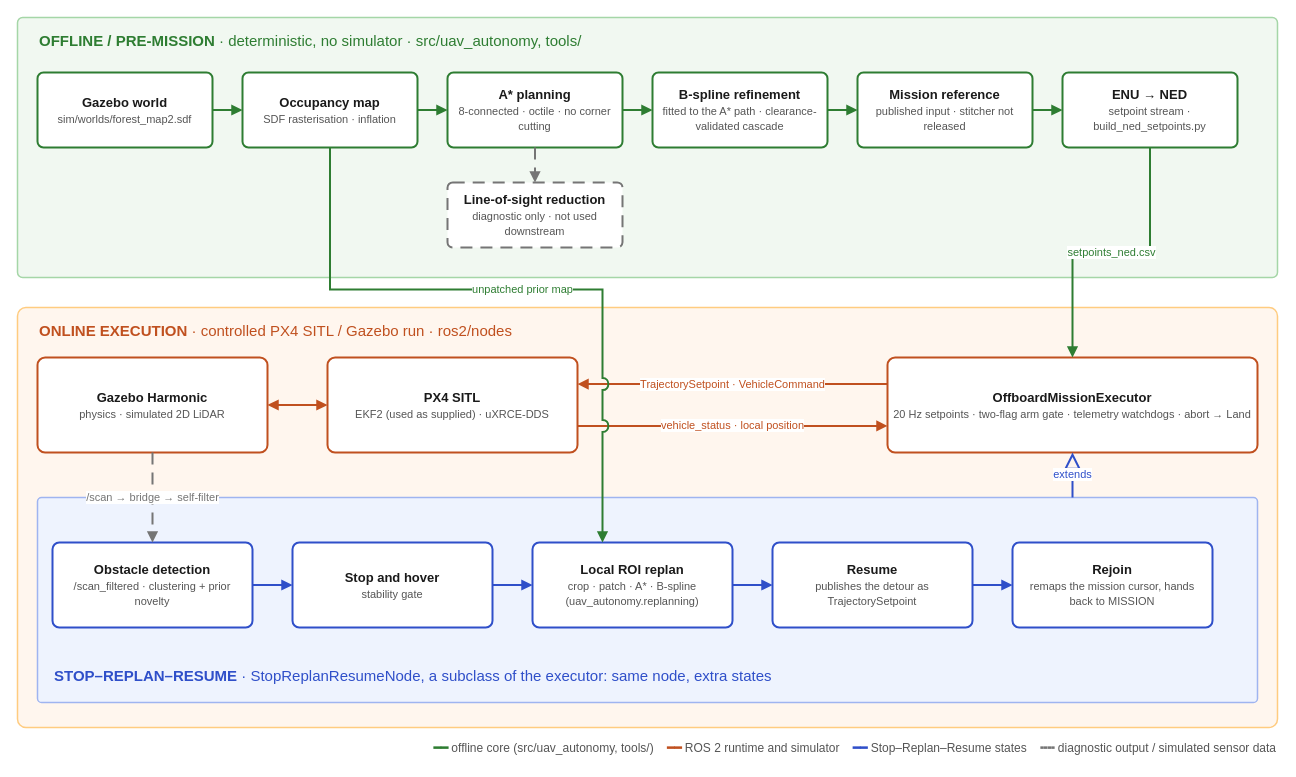
Before: docs/figures/architecture.drawio in ahmxtt/ros2-px4-uav-autonomy, a draw.io diagram. Source tidied: cells renumbered, new cells numbered last; positions are measured from the earlier drawing's top-left corner, leaving out a move shared by most shapes. Both pictures are drawn from the tidied source at 100%, with x=0, y=0 at pixel (17, 17).
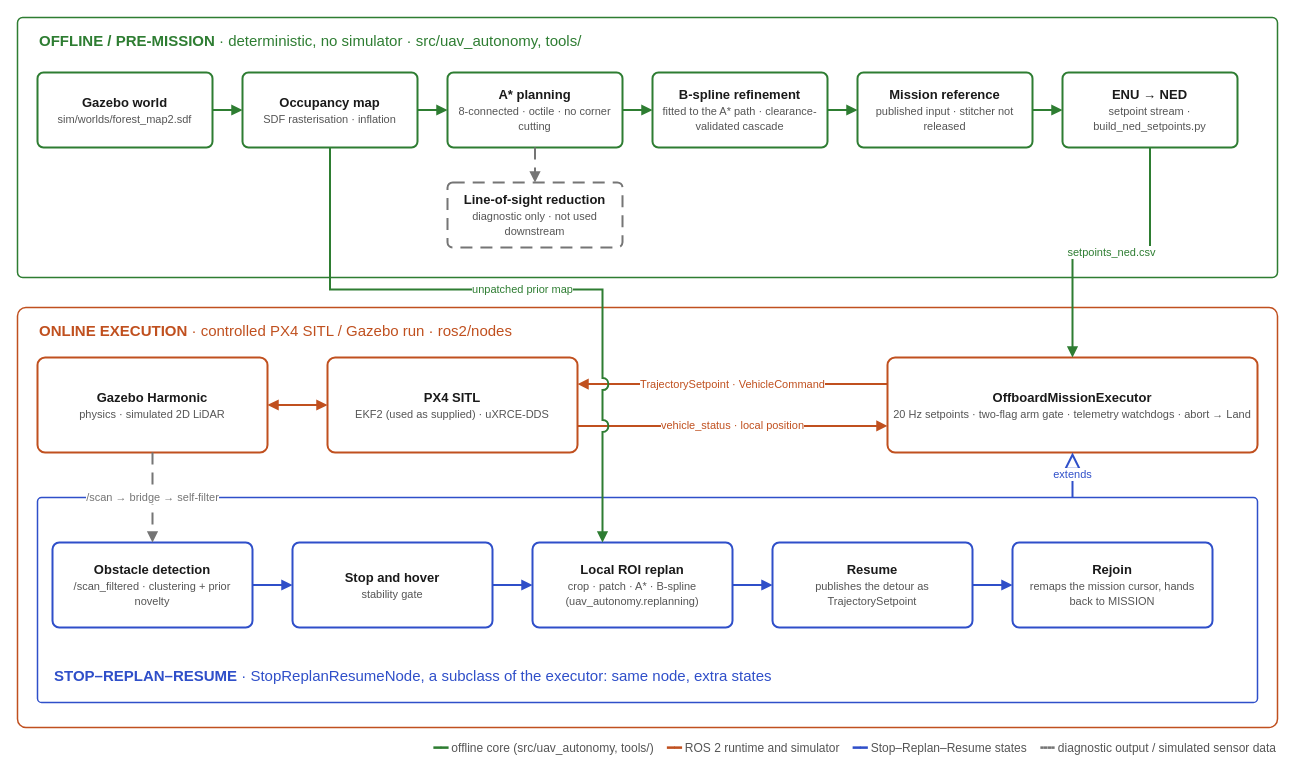
Above is the later version.

Commit message (it also covers changes not shown here):
docs(figures): white section backgrounds with coloured borders in the architecture figure

The three sections (offline, online, Stop-Replan-Resume) were filled with pale green, cream and blue tints, which read as off-white. They are now white with a thin border in the section colour. Layout and content are unchanged.

Diff of the diagram source:
```diff
@@
-    <mxCell id="2" style="rounded=1;arcSize=2;html=1;fillColor=#F1F8F1;strokeColor=#A5D6A7;strokeWidth=1.5;" parent="1" vertex="1">
+    <mxCell id="2" style="rounded=1;arcSize=2;html=1;fillColor=#FFFFFF;strokeColor=#2E7D32;strokeWidth=1.5;" parent="1" vertex="1">
       <mxGeometry width="1260" height="260" as="geometry" />
     </mxCell>
-    <mxCell id="3" style="rounded=1;arcSize=2;html=1;fillColor=#FFF6EE;strokeColor=#FFCC80;strokeWidth=1.5;" parent="1" vertex="1">
+    <mxCell id="3" style="rounded=1;arcSize=2;html=1;fillColor=#FFFFFF;strokeColor=#C0501F;strokeWidth=1.5;" parent="1" vertex="1">
       <mxGeometry y="290" width="1260" height="420" as="geometry" />
     </mxCell>
-    <mxCell id="4" style="rounded=1;arcSize=2;html=1;fillColor=#EEF3FE;strokeColor=#9FB4F0;strokeWidth=1.5;" parent="1" vertex="1">
+    <mxCell id="4" style="rounded=1;arcSize=2;html=1;fillColor=#FFFFFF;strokeColor=#2F4FC9;strokeWidth=1.5;" parent="1" vertex="1">
       <mxGeometry x="20" y="480" width="1220" height="205" as="geometry" />
     </mxCell>
```
